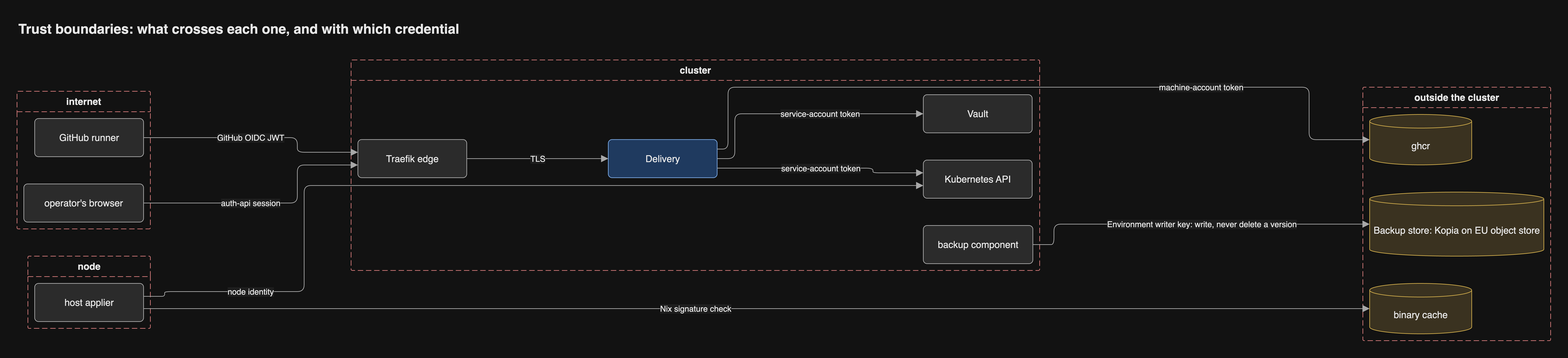
Above: docs/diagrams/png/trust-boundaries.png in JorisJonkers-dev/estate-kit (draw.io), before the change. Source tidied: cells renumbered, new cells last; positions are measured from the earlier drawing's top-left corner, leaving out a move shared by most shapes.
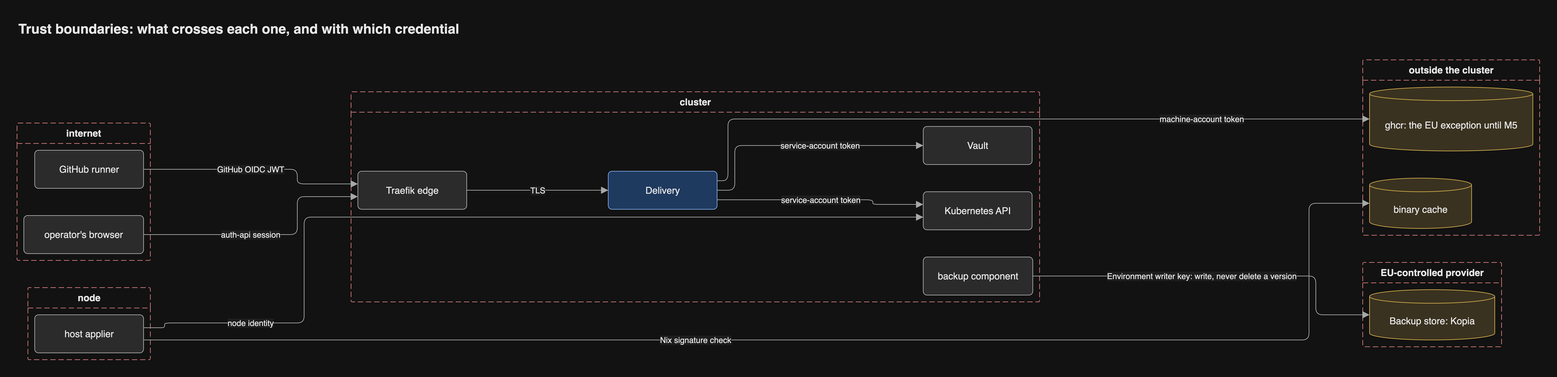
The same file after the commit.

The edit, as a diff of the source:
```diff
@@ -61,16 +61,19 @@
       <mxGeometry x="10" y="40" width="160" height="56" as="geometry" />
     </mxCell>
     <mxCell id="16" value="outside the cluster" style="swimlane;startSize=30;rounded=1;arcSize=4;absoluteArcSize=1;dashed=1;dashPattern=8 4;html=1;whiteSpace=wrap;fontSize=14;fontColor=light-dark(#1a1a1a,#e8e8e8);fontStyle=1;fillColor=none;swimlaneFillColor=none;strokeColor=light-dark(#b85450,#d47a7a);fontFamily=Helvetica;" parent="1" vertex="1">
-      <mxGeometry x="1978" y="104" width="276" height="372" as="geometry" />
+      <mxGeometry x="1978" y="17" width="260" height="258" as="geometry" />
     </mxCell>
-    <mxCell id="17" value="ghcr" style="shape=cylinder3;size=10;boundedLbl=1;backgroundOutline=1;html=1;whiteSpace=wrap;fontSize=14;fontColor=light-dark(#1a1a1a,#e8e8e8);fillColor=light-dark(#fff2cc,#3a3220);strokeColor=light-dark(#d6b656,#c9a74a);fontFamily=Helvetica;" parent="16" vertex="1">
-      <mxGeometry x="10" y="40" width="150" height="74" as="geometry" />
+    <mxCell id="17" value="ghcr: the EU exception until M5" style="shape=cylinder3;size=10;boundedLbl=1;backgroundOutline=1;html=1;whiteSpace=wrap;fontSize=14;fontColor=light-dark(#1a1a1a,#e8e8e8);fillColor=light-dark(#fff2cc,#3a3220);strokeColor=light-dark(#d6b656,#c9a74a);fontFamily=Helvetica;" parent="16" vertex="1">
+      <mxGeometry x="10" y="40" width="240" height="94" as="geometry" />
     </mxCell>
     <mxCell id="18" value="binary cache" style="shape=cylinder3;size=10;boundedLbl=1;backgroundOutline=1;html=1;whiteSpace=wrap;fontSize=14;fontColor=light-dark(#1a1a1a,#e8e8e8);fillColor=light-dark(#fff2cc,#3a3220);strokeColor=light-dark(#d6b656,#c9a74a);fontFamily=Helvetica;" parent="16" vertex="1">
-      <mxGeometry x="10" y="288" width="150" height="74" as="geometry" />
+      <mxGeometry x="10" y="174" width="150" height="74" as="geometry" />
     </mxCell>
+    <mxCell id="27" value="EU-controlled provider" style="swimlane;startSize=30;rounded=1;arcSize=4;absoluteArcSize=1;dashed=1;dashPattern=8 4;html=1;whiteSpace=wrap;fontSize=14;fontColor=light-dark(#1a1a1a,#e8e8e8);fontStyle=1;fillColor=none;swimlaneFillColor=none;strokeColor=light-dark(#b85450,#d47a7a);fontFamily=Helvetica;" parent="1" vertex="1">
+      <mxGeometry x="1978" y="315" width="204" height="124" as="geometry" />
+    </mxCell>
-    <mxCell id="19" value="Backup store: Kopia on EU object store" style="shape=cylinder3;size=10;boundedLbl=1;backgroundOutline=1;html=1;whiteSpace=wrap;fontSize=14;fontColor=light-dark(#1a1a1a,#e8e8e8);fillColor=light-dark(#fff2cc,#3a3220);strokeColor=light-dark(#d6b656,#c9a74a);fontFamily=Helvetica;" parent="16" vertex="1">
-      <mxGeometry x="10" y="154" width="256" height="94" as="geometry" />
+    <mxCell id="19" value="Backup store: Kopia" style="shape=cylinder3;size=10;boundedLbl=1;backgroundOutline=1;html=1;whiteSpace=wrap;fontSize=14;fontColor=light-dark(#1a1a1a,#e8e8e8);fillColor=light-dark(#fff2cc,#3a3220);strokeColor=light-dark(#d6b656,#c9a74a);fontFamily=Helvetica;" parent="27" vertex="1">
+      <mxGeometry x="10" y="40" width="184" height="74" as="geometry" />
     </mxCell>
     <mxCell id="20" value="GitHub OIDC JWT" style="html=1;rounded=1;fontSize=14;fontSize=12;fontColor=light-dark(#1a1a1a,#e8e8e8);strokeColor=light-dark(#666666,#a8a8a8);endArrow=block;endFill=1;endSize=8;curved=0;exitX=1;exitY=0.5;entryX=0;entryY=0.3334;edgeStyle=orthogonalEdgeStyle;fontFamily=Helvetica;labelBackgroundColor=light-dark(#ffffff,#1e1e1e);" parent="1" edge="1" source="3" target="6">
       <mxGeometry relative="1" as="geometry">
@@ -99,22 +102,20 @@
         <Array as="points">
           <mxPoint x="1045" y="194.8" />
           <mxPoint x="1045" y="104" />
-          <mxPoint x="1899" y="104" />
-          <mxPoint x="1899" y="181" />
-          <mxPoint x="1973" y="181" />
+          <mxPoint x="1973" y="104" />
         </Array>
-        <mxPoint x="238.9" as="offset" />
+        <mxPoint x="277.4" as="offset" />
       </mxGeometry>
     </mxCell>
     <mxCell id="23" value="Environment writer key: write, never delete a version" style="html=1;rounded=1;fontSize=14;fontSize=12;fontColor=light-dark(#1a1a1a,#e8e8e8);strokeColor=light-dark(#666666,#a8a8a8);endArrow=block;endFill=1;endSize=8;curved=0;exitX=1;exitY=0.5;entryX=0;entryY=0.5;edgeStyle=orthogonalEdgeStyle;fontFamily=Helvetica;labelBackgroundColor=light-dark(#ffffff,#1e1e1e);" parent="1" edge="1" source="10" target="19">
       <mxGeometry relative="1" as="geometry">
         <Array as="points">
           <mxPoint x="1508" y="335" />
-          <mxPoint x="1524" y="335" />
-          <mxPoint x="1524" y="305" />
-          <mxPoint x="1973" y="305" />
+          <mxPoint x="1909" y="335" />
+          <mxPoint x="1909" y="392" />
+          <mxPoint x="1973" y="392" />
         </Array>
-        <mxPoint x="15" as="offset" />
+        <mxPoint x="-28.5" as="offset" />
       </mxGeometry>
     </mxCell>
     <mxCell id="24" value="node identity" style="html=1;rounded=1;fontSize=14;fontSize=12;fontColor=light-dark(#1a1a1a,#e8e8e8);strokeColor=light-dark(#666666,#a8a8a8);endArrow=block;endFill=1;endSize=8;curved=0;exitX=1;exitY=0.3393;entryX=0;entryY=0.6666;edgeStyle=orthogonalEdgeStyle;fontFamily=Helvetica;labelBackgroundColor=light-dark(#ffffff,#1e1e1e);" parent="1" edge="1" source="15" target="9">
@@ -134,13 +135,15 @@
       <mxGeometry relative="1" as="geometry">
         <Array as="points">
           <mxPoint x="201" y="429" />
-          <mxPoint x="1973" y="429" />
+          <mxPoint x="1899" y="429" />
+          <mxPoint x="1899" y="228" />
+          <mxPoint x="1973" y="228" />
         </Array>
-        <mxPoint x="-90" as="offset" />
+        <mxPoint x="-190.5" as="offset" />
       </mxGeometry>
     </mxCell>
     <mxCell id="26" value="Trust boundaries: what crosses each one, and with which credential" style="text;html=1;whiteSpace=wrap;align=left;verticalAlign=middle;fontSize=20;fontStyle=1;fontColor=light-dark(#1a1a1a,#e8e8e8);fontFamily=Helvetica;" parent="1" vertex="1">
-      <mxGeometry width="2254" height="36" as="geometry" />
+      <mxGeometry y="-47" width="2238" height="36" as="geometry" />
     </mxCell>
   </root>
 </mxGraphModel>
```
